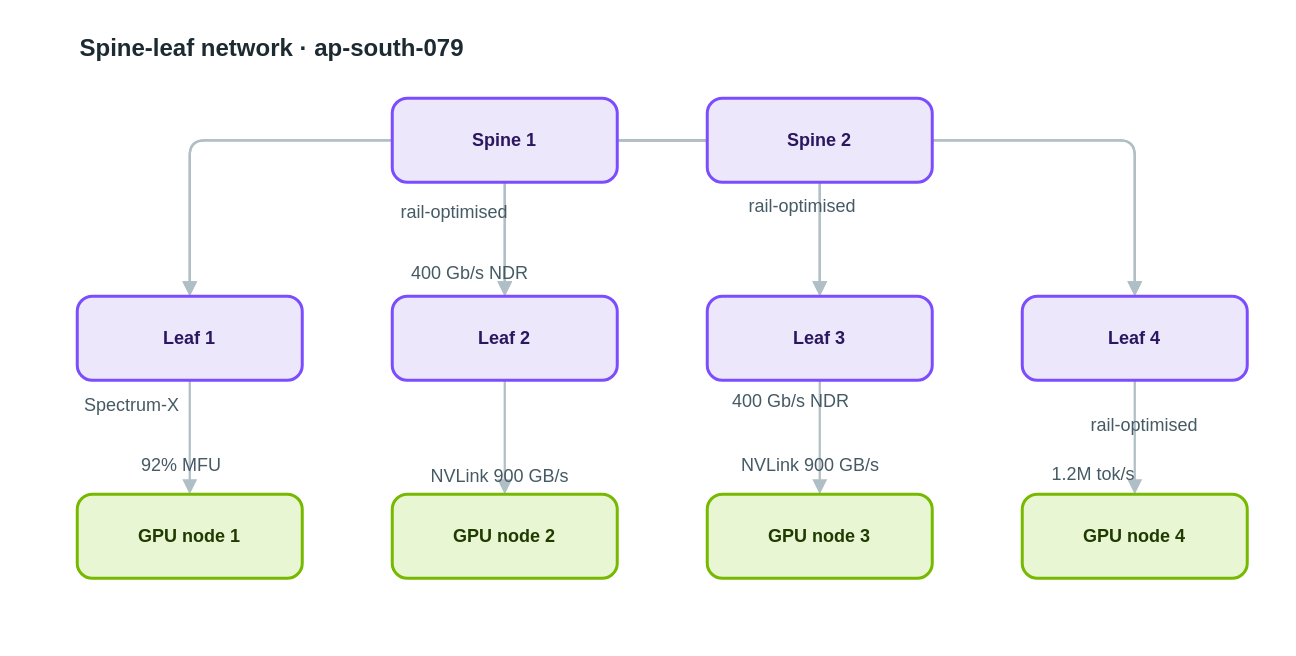
AryanG01/open-apprentice keeps this draw.io diagram as apps/web/public/samples/library/079-spine-leaf-network.drawio. Above is the earlier version. Source tidied: cells renumbered, new cells numbered last; positions are measured from the earlier drawing's top-left corner, leaving out a move shared by most shapes. Both pictures are drawn from the tidied source at 150%, with x=0, y=0 at pixel (76, 26).
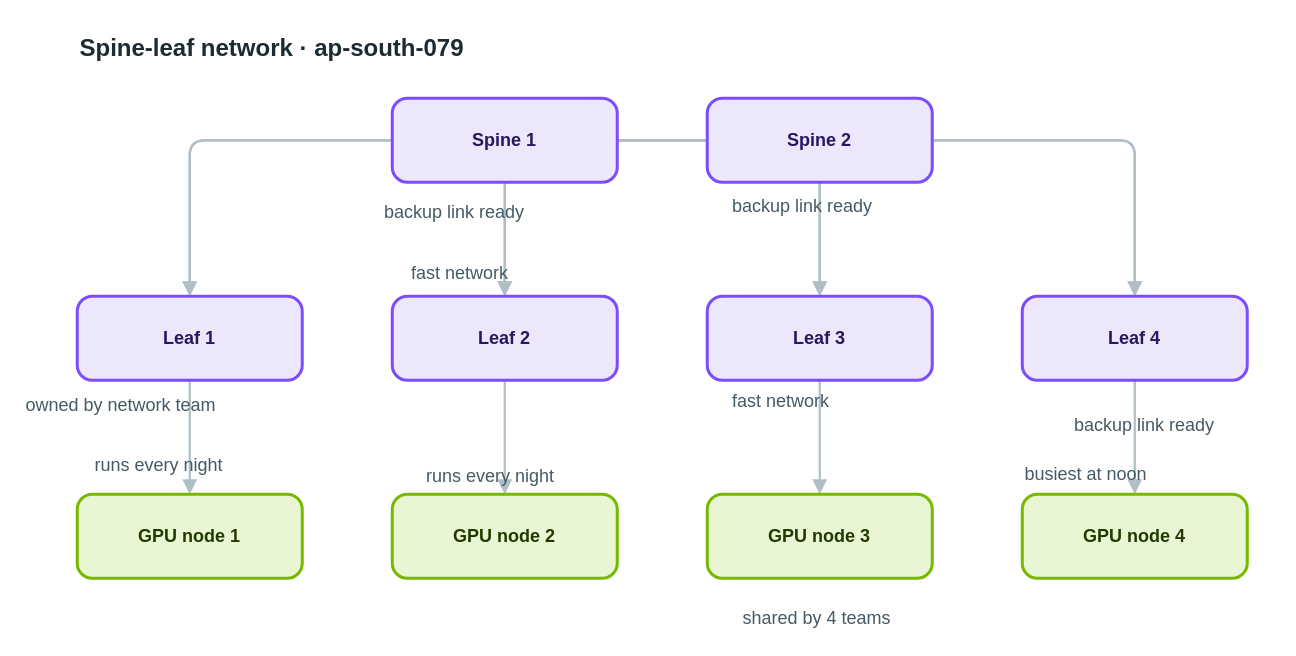
Above is the later version.

Diff of the diagram source:
```diff
@@
-    <mxCell id="25" value="rail-optimised" style="text;html=1;align=left;verticalAlign=top;whiteSpace=nowrap;spacing=0;spacingTop=0;strokeColor=none;fillColor=none;fontSize=12;fontColor=#455a64;" parent="1" vertex="1">
-      <mxGeometry x="216" y="112" width="110" height="20" as="geometry" />
+    <mxCell id="25" value="backup link ready" style="text;html=1;align=left;verticalAlign=top;whiteSpace=nowrap;spacing=0;spacingTop=0;strokeColor=none;fillColor=none;fontSize=12;fontColor=#455a64;" parent="1" vertex="1">
+      <mxGeometry x="205" y="112" width="131" height="20" as="geometry" />
     </mxCell>
-    <mxCell id="26" value="rail-optimised" style="text;html=1;align=left;verticalAlign=top;whiteSpace=nowrap;spacing=0;spacingTop=0;strokeColor=none;fillColor=none;fontSize=12;fontColor=#455a64;" parent="1" vertex="1">
-      <mxGeometry x="448" y="108" width="110" height="20" as="geometry" />
+    <mxCell id="26" value="backup link ready" style="text;html=1;align=left;verticalAlign=top;whiteSpace=nowrap;spacing=0;spacingTop=0;strokeColor=none;fillColor=none;fontSize=12;fontColor=#455a64;" parent="1" vertex="1">
+      <mxGeometry x="437" y="108" width="131" height="20" as="geometry" />
     </mxCell>
-    <mxCell id="27" value="Spectrum-X" style="text;html=1;align=left;verticalAlign=top;whiteSpace=nowrap;spacing=0;spacingTop=0;strokeColor=none;fillColor=none;fontSize=12;fontColor=#455a64;" parent="1" vertex="1">
-      <mxGeometry x="5" y="241" width="82" height="20" as="geometry" />
+    <mxCell id="27" value="owned by network team" style="text;html=1;align=left;verticalAlign=top;whiteSpace=nowrap;spacing=0;spacingTop=0;strokeColor=none;fillColor=none;fontSize=12;fontColor=#455a64;" parent="1" vertex="1">
+      <mxGeometry x="-34" y="241" width="159" height="20" as="geometry" />
     </mxCell>
-    <mxCell id="28" value="400 Gb/s NDR" style="text;html=1;align=left;verticalAlign=top;whiteSpace=nowrap;spacing=0;spacingTop=0;strokeColor=none;fillColor=none;fontSize=12;fontColor=#455a64;" parent="1" vertex="1">
+    <mxCell id="28" value="fast network" style="text;html=1;align=left;verticalAlign=top;whiteSpace=nowrap;spacing=0;spacingTop=0;strokeColor=none;fillColor=none;fontSize=12;fontColor=#455a64;" parent="1" vertex="1">
       <mxGeometry x="223" y="153" width="96" height="20" as="geometry" />
     </mxCell>
-    <mxCell id="29" value="400 Gb/s NDR" style="text;html=1;align=left;verticalAlign=top;whiteSpace=nowrap;spacing=0;spacingTop=0;strokeColor=none;fillColor=none;fontSize=12;fontColor=#455a64;" parent="1" vertex="1">
+    <mxCell id="29" value="fast network" style="text;html=1;align=left;verticalAlign=top;whiteSpace=nowrap;spacing=0;spacingTop=0;strokeColor=none;fillColor=none;fontSize=12;fontColor=#455a64;" parent="1" vertex="1">
       <mxGeometry x="437" y="238" width="96" height="20" as="geometry" />
     </mxCell>
-    <mxCell id="30" value="rail-optimised" style="text;html=1;align=left;verticalAlign=top;whiteSpace=nowrap;spacing=0;spacingTop=0;strokeColor=none;fillColor=none;fontSize=12;fontColor=#455a64;" parent="1" vertex="1">
-      <mxGeometry x="676" y="254" width="110" height="20" as="geometry" />
+    <mxCell id="30" value="backup link ready" style="text;html=1;align=left;verticalAlign=top;whiteSpace=nowrap;spacing=0;spacingTop=0;strokeColor=none;fillColor=none;fontSize=12;fontColor=#455a64;" parent="1" vertex="1">
+      <mxGeometry x="665" y="254" width="131" height="20" as="geometry" />
     </mxCell>
-    <mxCell id="31" value="92% MFU" style="text;html=1;align=left;verticalAlign=top;whiteSpace=nowrap;spacing=0;spacingTop=0;strokeColor=none;fillColor=none;fontSize=12;fontColor=#455a64;" parent="1" vertex="1">
-      <mxGeometry x="43" y="281" width="61" height="20" as="geometry" />
+    <mxCell id="31" value="runs every night" style="text;html=1;align=left;verticalAlign=top;whiteSpace=nowrap;spacing=0;spacingTop=0;strokeColor=none;fillColor=none;fontSize=12;fontColor=#455a64;" parent="1" vertex="1">
+      <mxGeometry x="12" y="281" width="124" height="20" as="geometry" />
     </mxCell>
-    <mxCell id="32" value="NVLink 900 GB/s" style="text;html=1;align=left;verticalAlign=top;whiteSpace=nowrap;spacing=0;spacingTop=0;strokeColor=none;fillColor=none;fontSize=12;fontColor=#455a64;" parent="1" vertex="1">
-      <mxGeometry x="236" y="288" width="117" height="20" as="geometry" />
+    <mxCell id="32" value="runs every night" style="text;html=1;align=left;verticalAlign=top;whiteSpace=nowrap;spacing=0;spacingTop=0;strokeColor=none;fillColor=none;fontSize=12;fontColor=#455a64;" parent="1" vertex="1">
+      <mxGeometry x="233" y="288" width="124" height="20" as="geometry" />
     </mxCell>
-    <mxCell id="33" value="NVLink 900 GB/s" style="text;html=1;align=left;verticalAlign=top;whiteSpace=nowrap;spacing=0;spacingTop=0;strokeColor=none;fillColor=none;fontSize=12;fontColor=#455a64;" parent="1" vertex="1">
-      <mxGeometry x="443" y="281" width="117" height="20" as="geometry" />
+    <mxCell id="33" value="shared by 4 teams" style="text;html=1;align=left;verticalAlign=top;whiteSpace=nowrap;spacing=0;spacingTop=0;strokeColor=none;fillColor=none;fontSize=12;fontColor=#455a64;" parent="1" vertex="1">
+      <mxGeometry x="444" y="383" width="131" height="20" as="geometry" />
     </mxCell>
-    <mxCell id="34" value="1.2M tok/s" style="text;html=1;align=left;verticalAlign=top;whiteSpace=nowrap;spacing=0;spacingTop=0;strokeColor=none;fillColor=none;fontSize=12;fontColor=#455a64;" parent="1" vertex="1">
-      <mxGeometry x="650" y="287" width="82" height="20" as="geometry" />
+    <mxCell id="34" value="busiest at noon" style="text;html=1;align=left;verticalAlign=top;whiteSpace=nowrap;spacing=0;spacingTop=0;strokeColor=none;fillColor=none;fontSize=12;fontColor=#455a64;" parent="1" vertex="1">
+      <mxGeometry x="632" y="287" width="117" height="20" as="geometry" />
     </mxCell>
```
